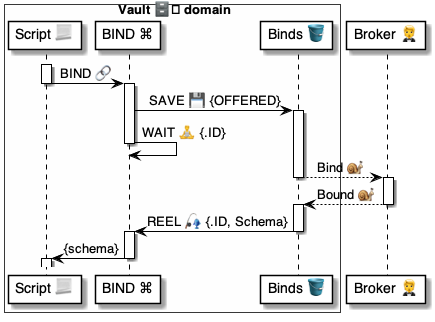
The PlantUML diagram 4 ⚙️ Solution/37 Scripts 📃/📃 Commands ⌘/⌘ for methods 🤵/BIND 🔗/🔗 BIND ⚙️ uml.png in pollyweb-org/pollyweb-docs, before a commit. Its source is kept beside it as 4 ⚙️ Solution/37 Scripts 📃/📃 Commands ⌘/⌘ for methods 🤵/BIND 🔗/🔗 BIND ⚙️ uml.puml.
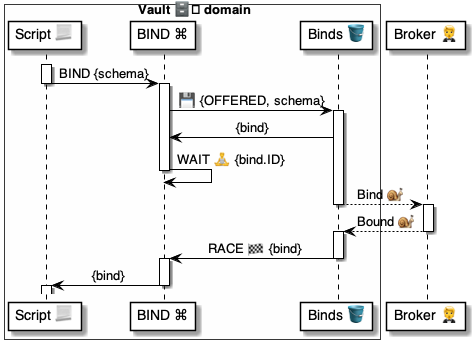
The same file after the commit.

What changed in the source:
```diff
@@ -11,13 +11,14 @@
 
 
 activate script
-    script -> bind: BIND 🔗
+    script -> bind: BIND {schema}
 deactivate script
 
 activate bind
-    bind -> binds: SAVE 💾 {OFFERED}
+    bind -> binds: 💾 {OFFERED, schema}
 activate binds
-    bind -> bind: WAIT 🧘 {.ID}
+    binds -> bind: {bind}
+    bind -> bind: WAIT 🧘 {bind.ID}
 deactivate bind
     binds --> broker: Bind 🐌
 deactivate binds
@@ -27,11 +28,11 @@
 deactivate broker
 
 activate binds
-    binds -> bind: REEL 🎣 {.ID, Schema}
+    binds -> bind: RACE 🏁 {bind}
 deactivate binds
 
 activate bind
-    bind -> script: {schema}
+    bind -> script: {bind}
 deactivate bind
 
 activate script
```
